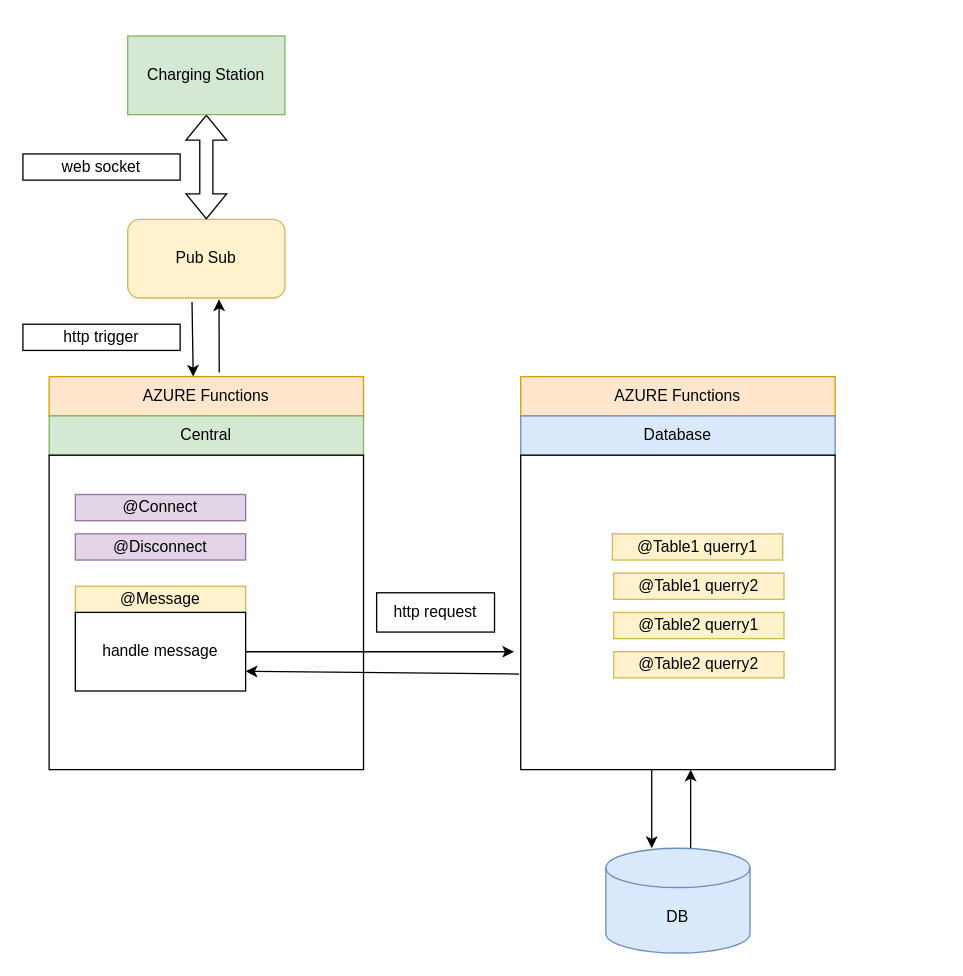
The draw.io diagram FunctionsDatabase.drawio in stefanszeke/diargrams_io, before the edit. Source tidied: cells renumbered, new cells numbered last; positions are measured from the earlier drawing's top-left corner, leaving out a move shared by most shapes. Both pictures are drawn from the tidied source at 131%, with x=0, y=0 at pixel (22, 35).
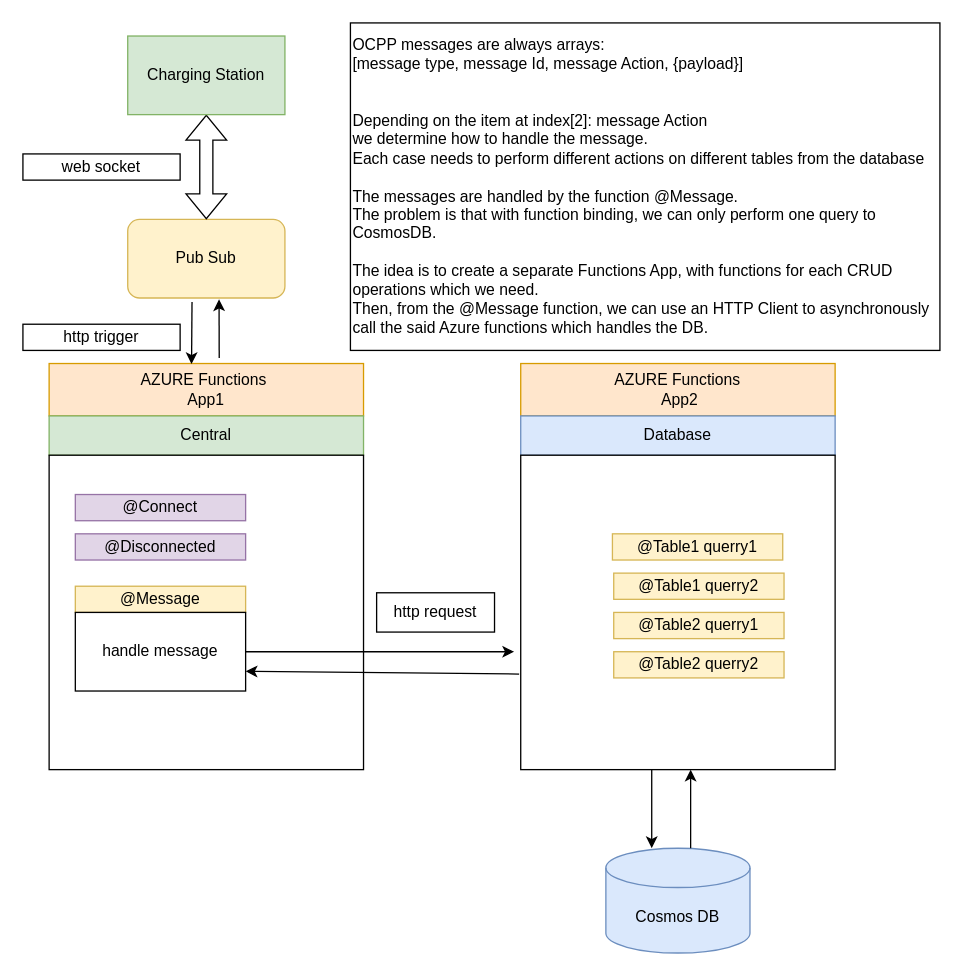
The same diagram, later.

Unchanged cells that the change refers to:
```xml
<mxCell id="22" value="Pub Sub" style="rounded=1;whiteSpace=wrap;html=1;fillColor=#fff2cc;strokeColor=#d6b656;" parent="1" vertex="1">
  <mxGeometry x="80" y="140" width="120" height="60" as="geometry" />
</mxCell>
```

Change to the diagram source:
```diff
@@
-    <mxCell id="2" value="&lt;div&gt;AZURE Functions&lt;/div&gt;" style="rounded=0;whiteSpace=wrap;html=1;fillColor=#ffe6cc;strokeColor=#d79b00;" parent="1" vertex="1">
-      <mxGeometry x="20" y="260" width="240" height="30" as="geometry" />
+    <mxCell id="2" value="&lt;div&gt;AZURE Functions&amp;nbsp;&lt;/div&gt;&lt;div&gt;App1&lt;br&gt;&lt;/div&gt;" style="rounded=0;whiteSpace=wrap;html=1;fillColor=#ffe6cc;strokeColor=#d79b00;" parent="1" vertex="1">
+      <mxGeometry x="20" y="250" width="240" height="40" as="geometry" />
     </mxCell>
@@
-    <mxCell id="4" value="&lt;div&gt;AZURE Functions&lt;/div&gt;" style="rounded=0;whiteSpace=wrap;html=1;fillColor=#ffe6cc;strokeColor=#d79b00;" parent="1" vertex="1">
-      <mxGeometry x="380" y="260" width="240" height="30" as="geometry" />
+    <mxCell id="4" value="&lt;div&gt;AZURE Functions&lt;/div&gt;&amp;nbsp;App2" style="rounded=0;whiteSpace=wrap;html=1;fillColor=#ffe6cc;strokeColor=#d79b00;" parent="1" vertex="1">
+      <mxGeometry x="380" y="250" width="240" height="40" as="geometry" />
     </mxCell>
@@
-    <mxCell id="8" value="@Disconnect" style="rounded=0;whiteSpace=wrap;html=1;fillColor=#e1d5e7;strokeColor=#9673a6;" parent="1" vertex="1">
+    <mxCell id="8" value="@Disconnected" style="rounded=0;whiteSpace=wrap;html=1;fillColor=#e1d5e7;strokeColor=#9673a6;" parent="1" vertex="1">
       <mxGeometry x="40" y="380" width="130" height="20" as="geometry" />
     </mxCell>
@@
-    <mxCell id="19" value="DB" style="shape=cylinder3;whiteSpace=wrap;html=1;boundedLbl=1;backgroundOutline=1;size=15;fillColor=#dae8fc;strokeColor=#6c8ebf;" parent="1" vertex="1">
+    <mxCell id="19" value="Cosmos DB" style="shape=cylinder3;whiteSpace=wrap;html=1;boundedLbl=1;backgroundOutline=1;size=15;fillColor=#dae8fc;strokeColor=#6c8ebf;" parent="1" vertex="1">
       <mxGeometry x="445" y="620" width="110" height="80" as="geometry" />
     </mxCell>
@@
-    <mxCell id="25" style="endArrow=classic;html=1;rounded=0;exitX=0.409;exitY=1.05;exitDx=0;exitDy=0;exitPerimeter=0;" parent="1" edge="1" source="22">
-      <mxGeometry relative="1" as="geometry">
-        <mxPoint x="130" y="260" as="targetPoint" />
-      </mxGeometry>
+    <mxCell id="25" style="endArrow=classic;html=1;rounded=0;exitX=0.409;exitY=1.05;exitDx=0;exitDy=0;exitPerimeter=0;entryX=0.453;entryY=0.011;entryDx=0;entryDy=0;entryPerimeter=0;" parent="1" edge="1" source="22" target="2">
+      <mxGeometry relative="1" as="geometry" />
     </mxCell>
@@
+    <mxCell id="29" value="&lt;div align=&quot;left&quot;&gt;OCPP messages are always arrays:&lt;br&gt;&lt;/div&gt;&lt;div align=&quot;left&quot;&gt;[message type, message Id, message Action, {payload}]&lt;br&gt;&lt;/div&gt;&lt;br&gt;&lt;br&gt;&lt;div&gt;Depending on the item at index[2]: message Action&lt;/div&gt;&lt;div&gt;we determine how to handle the message.&lt;br&gt;Each case needs to perform different actions on different tables from the database&lt;br&gt;&lt;br&gt;The messages are handled by the function @Message.&lt;/div&gt;&lt;div&gt;The problem is that with function binding, we can only perform one query to CosmosDB.&lt;br&gt;&lt;br&gt;The idea is to create a separate Functions App, with functions for each CRUD operations which we need.&lt;br&gt;Then, from the @Message function, we can use an HTTP Client to asynchronously&lt;br&gt;call the said Azure functions which handles the DB.&lt;br&gt;&lt;/div&gt;" style="rounded=0;whiteSpace=wrap;html=1;align=left;" parent="1" vertex="1">
+      <mxGeometry x="250" y="-10" width="450" height="250" as="geometry" />
+    </mxCell>
```
